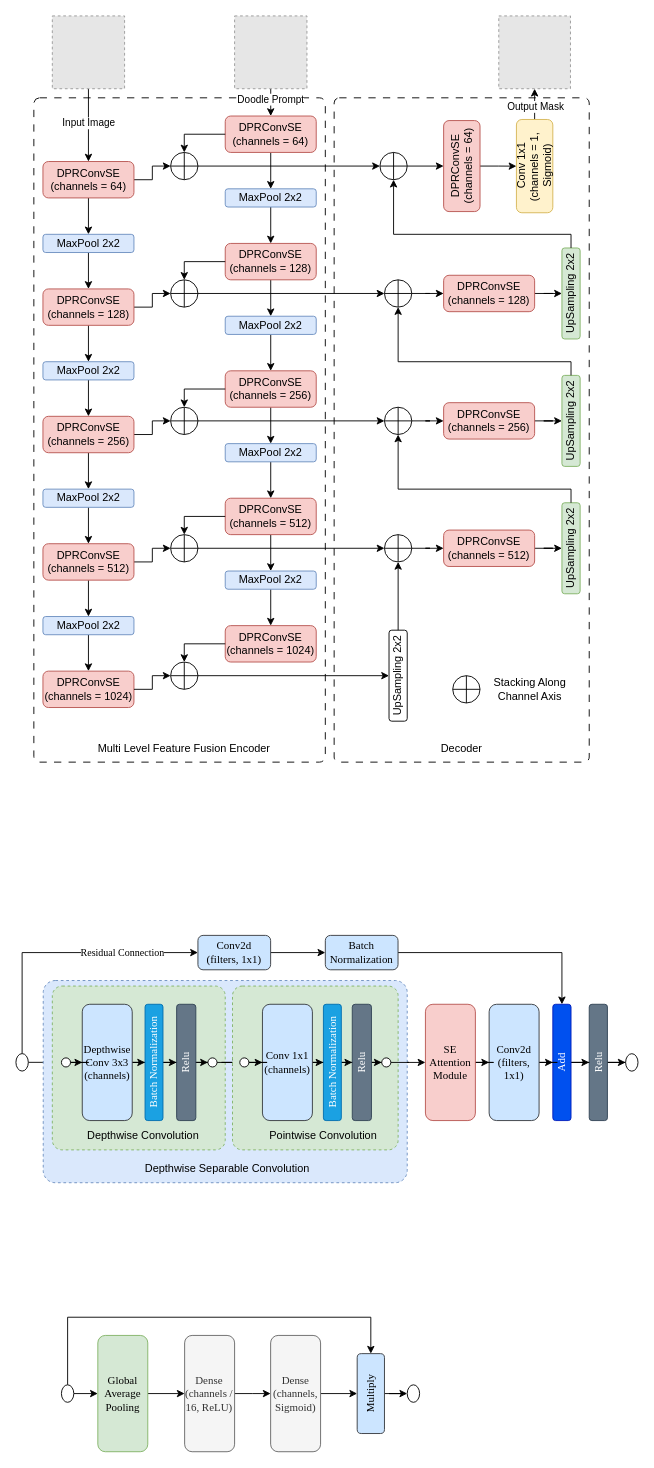
Above: Prompt2SegCXR.drawio in AbduzZami/DrawIO (draw.io), before the change. Source tidied: cells renumbered, new cells numbered last; positions are measured from the earlier drawing's top-left corner, leaving out a move shared by most shapes. Both pictures are drawn from the tidied source at 91%, with x=0, y=0 at pixel (15, 15). Pictures stored in the file or linked from it are replaced by grey dashed boxes.
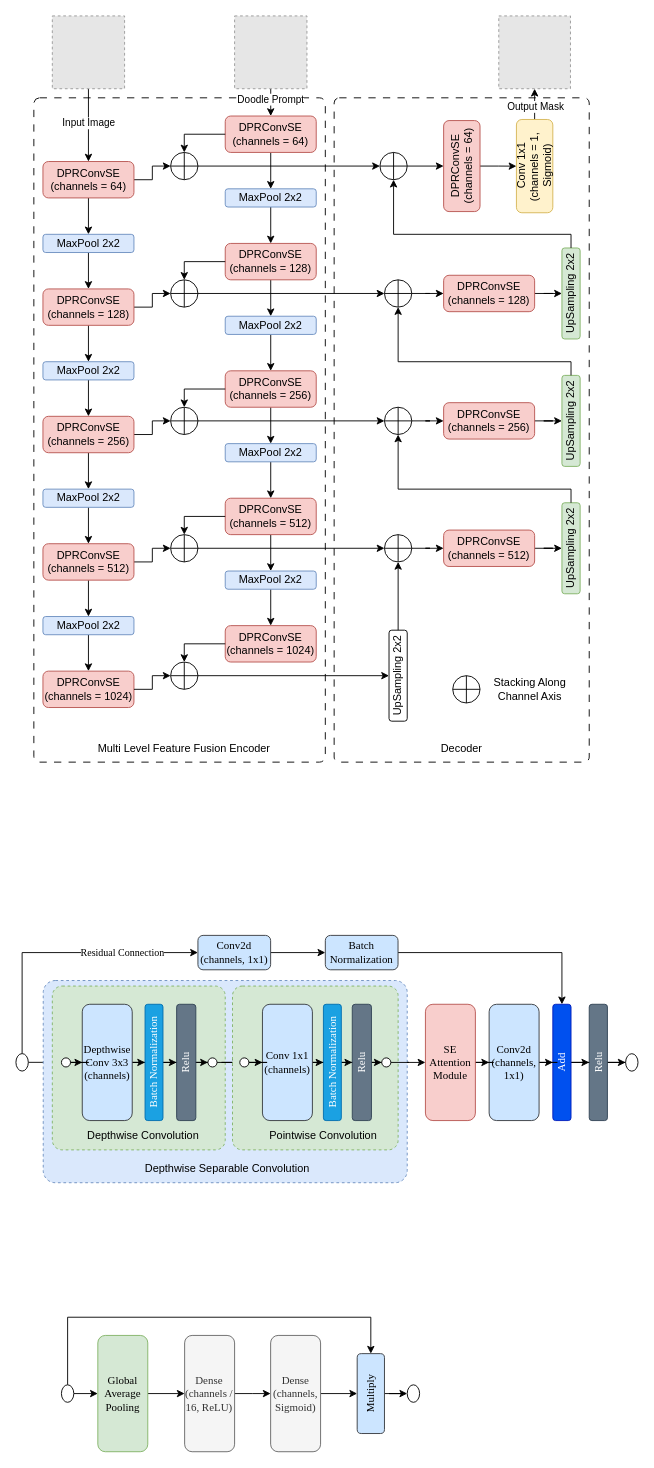
The same page after the edit.

Change to the diagram source:
```diff
@@
-    <mxCell id="99" value="Conv2d&lt;div&gt;(filters, 1x1)&lt;/div&gt;" style="rounded=1;whiteSpace=wrap;html=1;fillColor=#cce5ff;strokeColor=#36393d;fontFamily=Times New Roman;" parent="1" vertex="1">
+    <mxCell id="99" value="Conv2d&lt;div&gt;(channels, 1x1)&lt;/div&gt;" style="rounded=1;whiteSpace=wrap;html=1;fillColor=#cce5ff;strokeColor=#36393d;fontFamily=Times New Roman;" parent="1" vertex="1">
       <mxGeometry x="200" y="1010.4" width="79.9" height="37.8" as="geometry" />
     </mxCell>
@@
-    <mxCell id="106" value="Conv2d&lt;div&gt;(filters, 1x1)&lt;/div&gt;" style="rounded=1;whiteSpace=wrap;html=1;fillColor=#cce5ff;strokeColor=#36393d;fontFamily=Times New Roman;" parent="1" vertex="1">
+    <mxCell id="106" value="Conv2d&lt;div&gt;(channels, 1x1)&lt;/div&gt;" style="rounded=1;whiteSpace=wrap;html=1;fillColor=#cce5ff;strokeColor=#36393d;fontFamily=Times New Roman;" parent="1" vertex="1">
       <mxGeometry x="520" y="1086.1" width="54.9" height="127.8" as="geometry" />
     </mxCell>
```
